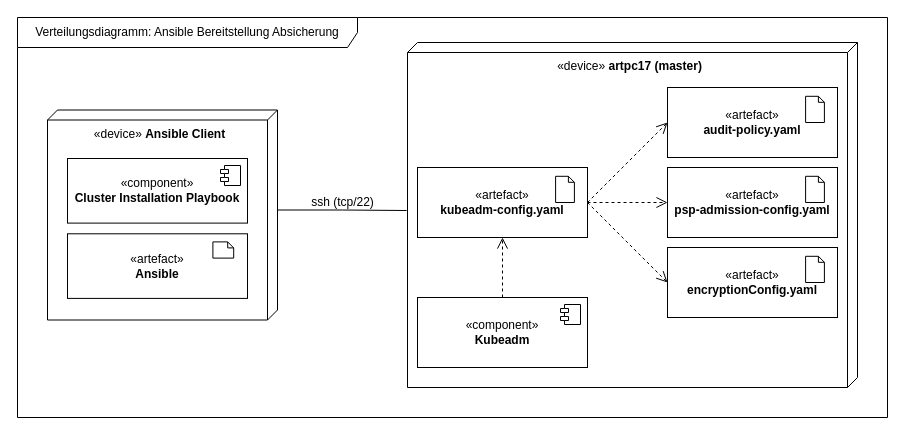
Before: uni-bsc/ansible-hardening.drawio in pogii123/drawio-charts, a draw.io diagram. Source tidied: cells renumbered, new cells numbered last; positions are measured from the earlier drawing's top-left corner, leaving out a move shared by most shapes. Both pictures are drawn from the tidied source at 100%, with x=0, y=0 at pixel (17, 17).
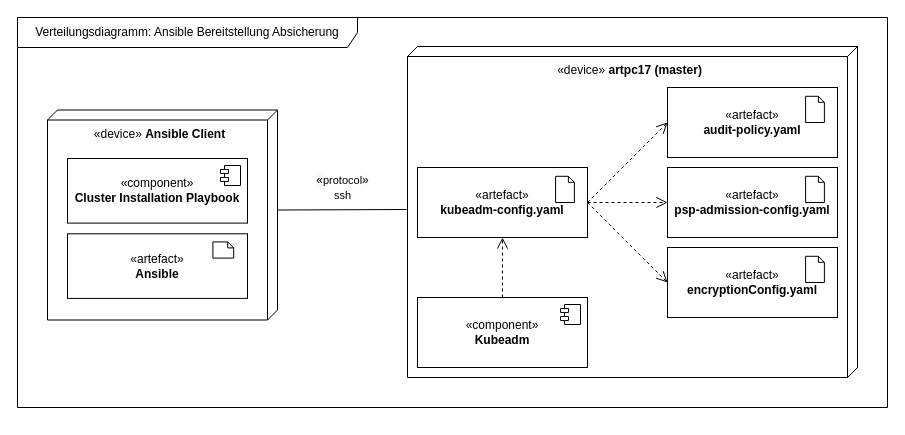
Above is the later version.

The change refers to these unchanged cells:
```xml
<mxCell id="4" value="«device»&amp;nbsp;&lt;b&gt;Ansible Client&lt;/b&gt;" style="verticalAlign=top;align=center;shape=cube;size=10;direction=south;html=1;boundedLbl=1;spacingLeft=5;whiteSpace=wrap;" parent="3" vertex="1">
  <mxGeometry width="230" height="210" as="geometry" />
</mxCell>
```

Change to the diagram source:
```diff
@@
     <mxCell id="2" value="Verteilungsdiagramm: Ansible Bereitstellung Absicherung" style="shape=umlFrame;whiteSpace=wrap;html=1;width=340;height=30;" parent="1" vertex="1">
-      <mxGeometry width="870" height="400" as="geometry" />
+      <mxGeometry width="870" height="390" as="geometry" />
     </mxCell>
@@
     <mxCell id="10" value="«device»&amp;nbsp;&lt;b&gt;artpc17 (master)&lt;/b&gt;" style="verticalAlign=top;align=center;shape=cube;size=10;direction=south;html=1;boundedLbl=1;spacingLeft=5;whiteSpace=wrap;" parent="1" vertex="1">
-      <mxGeometry x="390" y="25" width="450" height="345" as="geometry" />
+      <mxGeometry x="390" y="29" width="450" height="331" as="geometry" />
     </mxCell>
@@
-    <mxCell id="29" style="edgeStyle=orthogonalEdgeStyle;rounded=0;jettySize=auto;html=1;exitX=0;exitY=0;exitDx=100;exitDy=0;exitPerimeter=0;entryX=0.487;entryY=1.002;entryDx=0;entryDy=0;entryPerimeter=0;endArrow=none;endFill=0;" parent="1" edge="1" source="4" target="10">
-      <mxGeometry relative="1" as="geometry" />
+    <mxCell id="29" style="rounded=0;jettySize=auto;html=1;exitX=0;exitY=0;exitDx=100;exitDy=0;exitPerimeter=0;endArrow=none;endFill=0;" parent="1" edge="1" source="4">
+      <mxGeometry relative="1" as="geometry">
+        <mxPoint x="389" y="192" as="targetPoint" />
+      </mxGeometry>
     </mxCell>
-    <mxCell id="30" value="ssh (tcp/22)" style="text;html=1;align=center;verticalAlign=middle;strokeColor=none;fillColor=none;" parent="1" vertex="1">
-      <mxGeometry x="280" y="170" width="90" height="30" as="geometry" />
+    <mxCell id="30" value="&lt;span style=&quot;text-wrap: wrap; background-color: rgb(251, 251, 251);&quot;&gt;«&lt;/span&gt;&lt;span style=&quot;font-size: 11px; background-color: rgb(255, 255, 255);&quot;&gt;protocol&lt;/span&gt;&lt;span style=&quot;text-wrap: wrap; background-color: rgb(251, 251, 251);&quot;&gt;»&lt;/span&gt;&lt;br style=&quot;font-size: 11px;&quot;&gt;&lt;span style=&quot;font-size: 11px; background-color: rgb(255, 255, 255);&quot;&gt;ssh&lt;/span&gt;" style="text;html=1;align=center;verticalAlign=middle;strokeColor=none;fillColor=none;" parent="1" vertex="1">
+      <mxGeometry x="285" y="150" width="80" height="40" as="geometry" />
     </mxCell>
```
